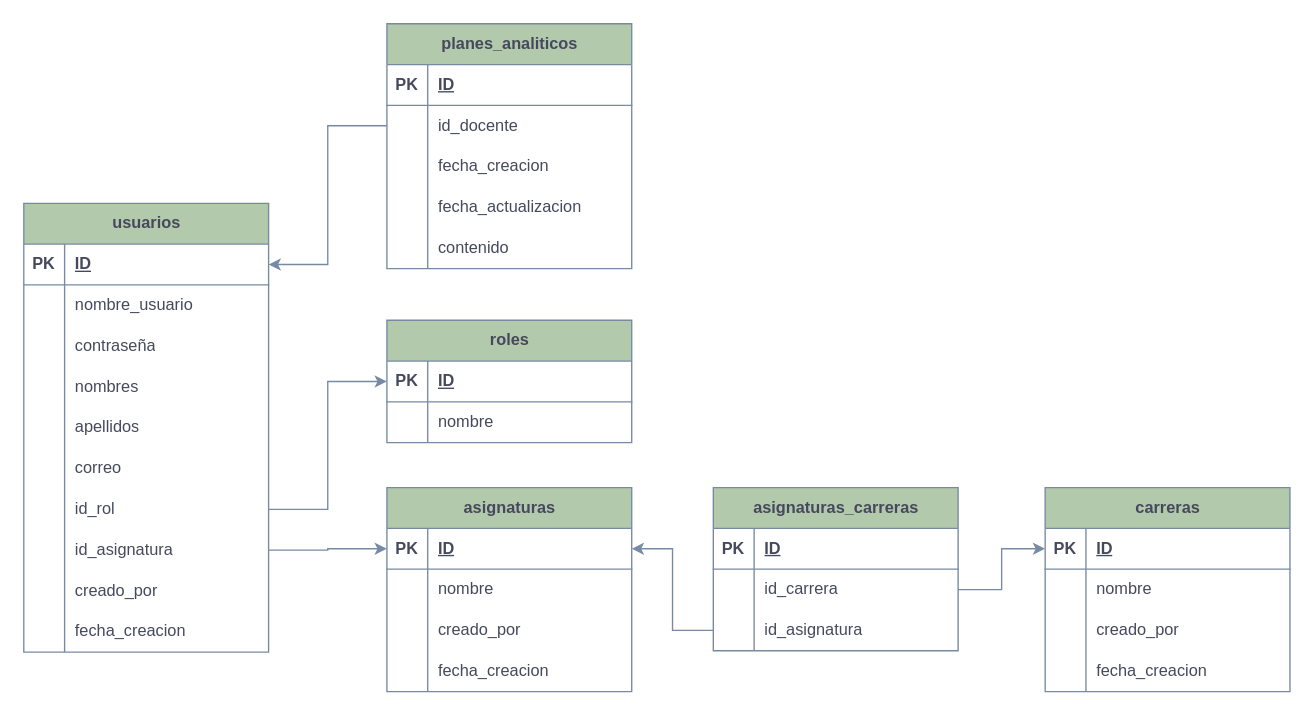
The draw.io diagram page "Diagrama Tablas" (4 of 4) of Diagrama sin título.drawio in JesusBriones2/prueba, before the edit. Source tidied: cells renumbered, new cells numbered last; positions are measured from the earlier drawing's top-left corner, leaving out a move shared by most shapes. Both pictures are drawn from the tidied source at 136%, with x=0, y=0 at pixel (23, 23).
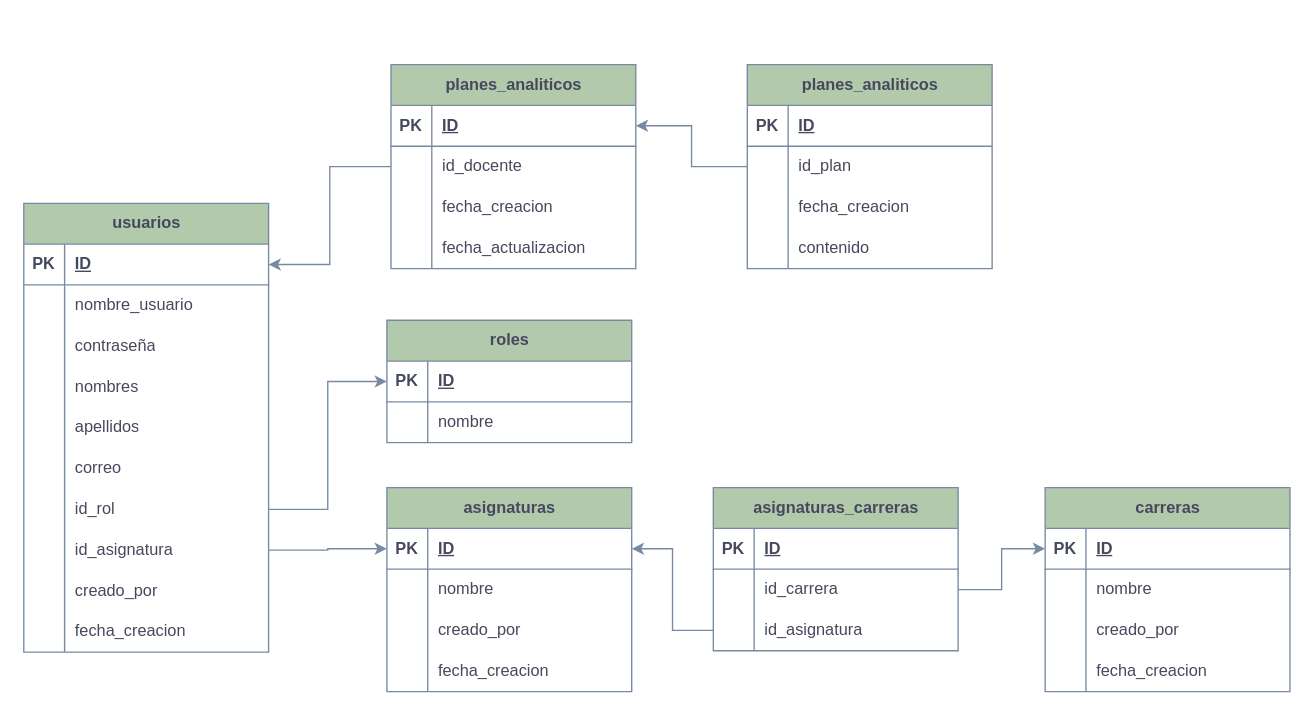
Above is the later version.

The change refers to these unchanged cells:
```xml
<mxCell id="3" style="shape=tableRow;horizontal=0;startSize=0;swimlaneHead=0;swimlaneBody=0;fillColor=none;points=[[0,0.5],[1,0.5]];portConstraint=eastwest;top=0;left=0;right=0;bottom=1;strokeColor=#788AA3;fontColor=#46495D;" parent="2" vertex="1">
  <mxGeometry y="30" width="180" height="30" as="geometry" />
</mxCell>
<mxCell id="81" style="shape=tableRow;horizontal=0;startSize=0;swimlaneHead=0;swimlaneBody=0;fillColor=none;points=[[0,0.5],[1,0.5]];portConstraint=eastwest;top=0;left=0;right=0;bottom=1;strokeColor=#788AA3;fontColor=#46495D;" parent="80" vertex="1">
  <mxGeometry y="30" width="180" height="30" as="geometry" />
</mxCell>
<mxCell id="84" style="shape=tableRow;horizontal=0;startSize=0;swimlaneHead=0;swimlaneBody=0;fillColor=none;points=[[0,0.5],[1,0.5]];portConstraint=eastwest;top=0;left=0;right=0;bottom=0;strokeColor=#788AA3;fontColor=#46495D;" parent="80" vertex="1">
  <mxGeometry y="60" width="180" height="30" as="geometry" />
</mxCell>
```

What changed in the source:
```diff
@@
     <mxCell id="80" value="planes_analiticos" style="shape=table;startSize=30;childLayout=tableLayout;rowLines=0;fontStyle=1;align=center;html=1;strokeColor=#788AA3;fontColor=#46495D;fillColor=#B2C9AB;" parent="1" vertex="1">
-      <mxGeometry x="267" width="180" height="180" as="geometry" />
+      <mxGeometry x="270" y="30" width="180" height="150" as="geometry" />
     </mxCell>
@@
-    <mxCell id="93" style="shape=tableRow;horizontal=0;startSize=0;swimlaneHead=0;swimlaneBody=0;fillColor=none;top=0;left=0;right=0;bottom=0;strokeColor=#788AA3;fontColor=#46495D;" parent="80" vertex="1">
-      <mxGeometry y="150" width="180" height="30" as="geometry" />
-    </mxCell>
-    <mxCell id="94" style="shape=partialRectangle;fillColor=none;top=0;left=0;bottom=0;right=0;overflow=hidden;whiteSpace=wrap;html=1;strokeColor=#788AA3;fontColor=#46495D;" parent="93" vertex="1">
-      <mxGeometry width="30" height="30" as="geometry" />
-    </mxCell>
+    <mxCell id="96" style="edgeStyle=orthogonalEdgeStyle;rounded=0;jettySize=auto;html=1;strokeColor=#788AA3;fontColor=#46495D;fillColor=#B2C9AB;" parent="1" edge="1" source="84" target="3">
+      <mxGeometry relative="1" as="geometry" />
+    </mxCell>
+    <mxCell id="97" value="planes_analiticos" style="shape=table;startSize=30;childLayout=tableLayout;rowLines=0;fontStyle=1;align=center;html=1;strokeColor=#788AA3;fontColor=#46495D;fillColor=#B2C9AB;" parent="1" vertex="1">
+      <mxGeometry x="532" y="30" width="180" height="150" as="geometry" />
+    </mxCell>
+    <mxCell id="98" style="shape=tableRow;horizontal=0;startSize=0;swimlaneHead=0;swimlaneBody=0;fillColor=none;top=0;left=0;right=0;bottom=1;strokeColor=#788AA3;fontColor=#46495D;" parent="97" vertex="1">
+      <mxGeometry y="30" width="180" height="30" as="geometry" />
+    </mxCell>
+    <mxCell id="99" value="PK" style="shape=partialRectangle;fillColor=none;top=0;left=0;bottom=0;right=0;fontStyle=1;overflow=hidden;whiteSpace=wrap;html=1;strokeColor=#788AA3;fontColor=#46495D;" parent="98" vertex="1">
+      <mxGeometry width="30" height="30" as="geometry" />
+    </mxCell>
+    <mxCell id="100" value="ID" style="shape=partialRectangle;fillColor=none;top=0;left=0;bottom=0;right=0;align=left;spacingLeft=6;fontStyle=5;overflow=hidden;whiteSpace=wrap;html=1;strokeColor=#788AA3;fontColor=#46495D;" parent="98" vertex="1">
+      <mxGeometry x="30" width="150" height="30" as="geometry" />
+    </mxCell>
+    <mxCell id="101" style="shape=tableRow;horizontal=0;startSize=0;swimlaneHead=0;swimlaneBody=0;fillColor=none;points=[[0,0.5],[1,0.5]];portConstraint=eastwest;top=0;left=0;right=0;bottom=0;strokeColor=#788AA3;fontColor=#46495D;" parent="97" vertex="1">
+      <mxGeometry y="60" width="180" height="30" as="geometry" />
+    </mxCell>
+    <mxCell id="102" style="shape=partialRectangle;fillColor=none;top=0;left=0;bottom=0;right=0;overflow=hidden;whiteSpace=wrap;html=1;strokeColor=#788AA3;fontColor=#46495D;" parent="101" vertex="1">
+      <mxGeometry width="30" height="30" as="geometry" />
+    </mxCell>
+    <mxCell id="103" value="id_plan" style="shape=partialRectangle;fillColor=none;top=0;left=0;bottom=0;right=0;align=left;spacingLeft=6;overflow=hidden;whiteSpace=wrap;html=1;strokeColor=#788AA3;fontColor=#46495D;" parent="101" vertex="1">
+      <mxGeometry x="30" width="150" height="30" as="geometry" />
+    </mxCell>
+    <mxCell id="104" style="shape=tableRow;horizontal=0;startSize=0;swimlaneHead=0;swimlaneBody=0;fillColor=none;top=0;left=0;right=0;bottom=0;strokeColor=#788AA3;fontColor=#46495D;" parent="97" vertex="1">
+      <mxGeometry y="90" width="180" height="30" as="geometry" />
+    </mxCell>
+    <mxCell id="105" style="shape=partialRectangle;fillColor=none;top=0;left=0;bottom=0;right=0;overflow=hidden;whiteSpace=wrap;html=1;strokeColor=#788AA3;fontColor=#46495D;" parent="104" vertex="1">
+      <mxGeometry width="30" height="30" as="geometry" />
+    </mxCell>
+    <mxCell id="106" value="fecha_creacion" style="shape=partialRectangle;fillColor=none;top=0;left=0;bottom=0;right=0;align=left;spacingLeft=6;overflow=hidden;whiteSpace=wrap;html=1;strokeColor=#788AA3;fontColor=#46495D;" parent="104" vertex="1">
+      <mxGeometry x="30" width="150" height="30" as="geometry" />
+    </mxCell>
+    <mxCell id="107" style="shape=tableRow;horizontal=0;startSize=0;swimlaneHead=0;swimlaneBody=0;fillColor=none;top=0;left=0;right=0;bottom=0;strokeColor=#788AA3;fontColor=#46495D;" parent="97" vertex="1">
+      <mxGeometry y="120" width="180" height="30" as="geometry" />
+    </mxCell>
+    <mxCell id="108" style="shape=partialRectangle;fillColor=none;top=0;left=0;bottom=0;right=0;overflow=hidden;whiteSpace=wrap;html=1;strokeColor=#788AA3;fontColor=#46495D;" parent="107" vertex="1">
+      <mxGeometry width="30" height="30" as="geometry" />
+    </mxCell>
-    <mxCell id="95" value="contenido" style="shape=partialRectangle;fillColor=none;top=0;left=0;bottom=0;right=0;align=left;spacingLeft=6;overflow=hidden;whiteSpace=wrap;html=1;strokeColor=#788AA3;fontColor=#46495D;" parent="93" vertex="1">
+    <mxCell id="95" value="contenido" style="shape=partialRectangle;fillColor=none;top=0;left=0;bottom=0;right=0;align=left;spacingLeft=6;overflow=hidden;whiteSpace=wrap;html=1;strokeColor=#788AA3;fontColor=#46495D;" parent="107" vertex="1">
       <mxGeometry x="30" width="150" height="30" as="geometry" />
     </mxCell>
-    <mxCell id="96" style="edgeStyle=orthogonalEdgeStyle;rounded=0;jettySize=auto;html=1;strokeColor=#788AA3;fontColor=#46495D;fillColor=#B2C9AB;" parent="1" edge="1" source="84" target="3">
-      <mxGeometry relative="1" as="geometry" />
-    </mxCell>
+    <mxCell id="109" style="edgeStyle=orthogonalEdgeStyle;rounded=0;jettySize=auto;html=1;strokeColor=#788AA3;fontColor=#46495D;fillColor=#B2C9AB;" parent="1" edge="1" source="101" target="81">
+      <mxGeometry relative="1" as="geometry" />
+    </mxCell>
```
